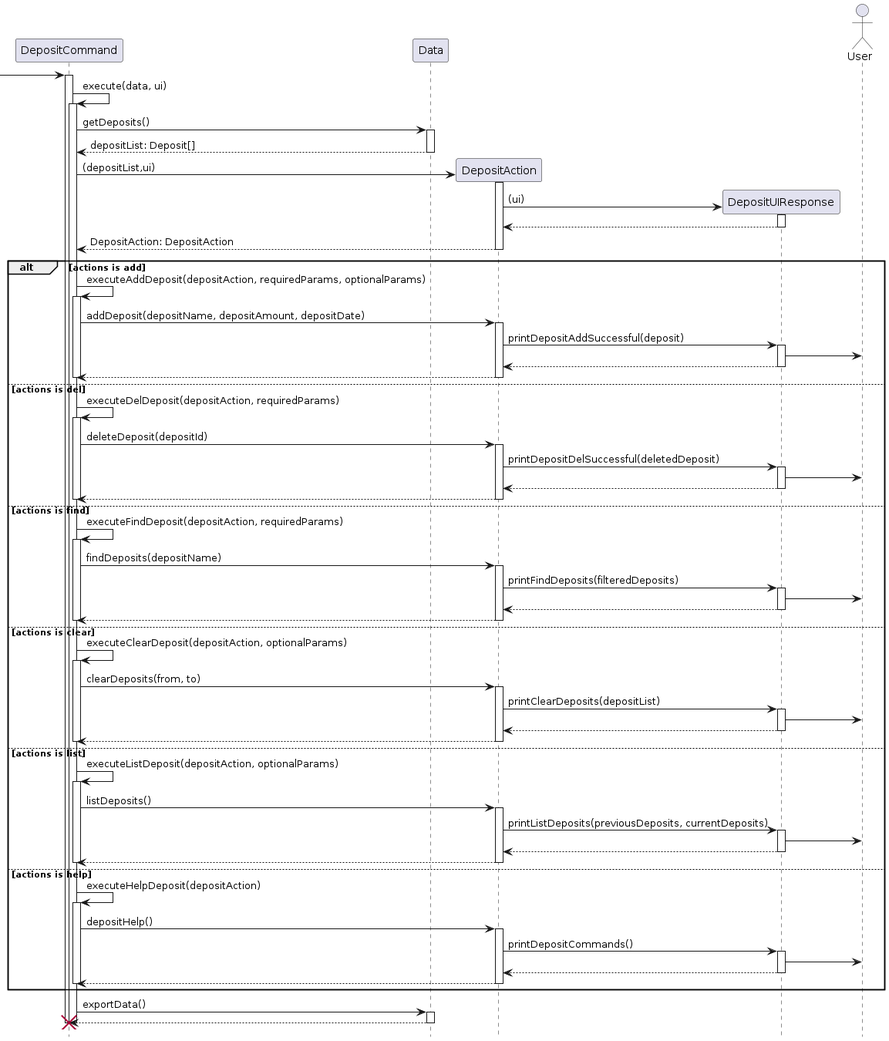
stephenkyang/tp keeps this PlantUML diagram as docs/images/DepositCommandSequence.png. Above is the earlier version.
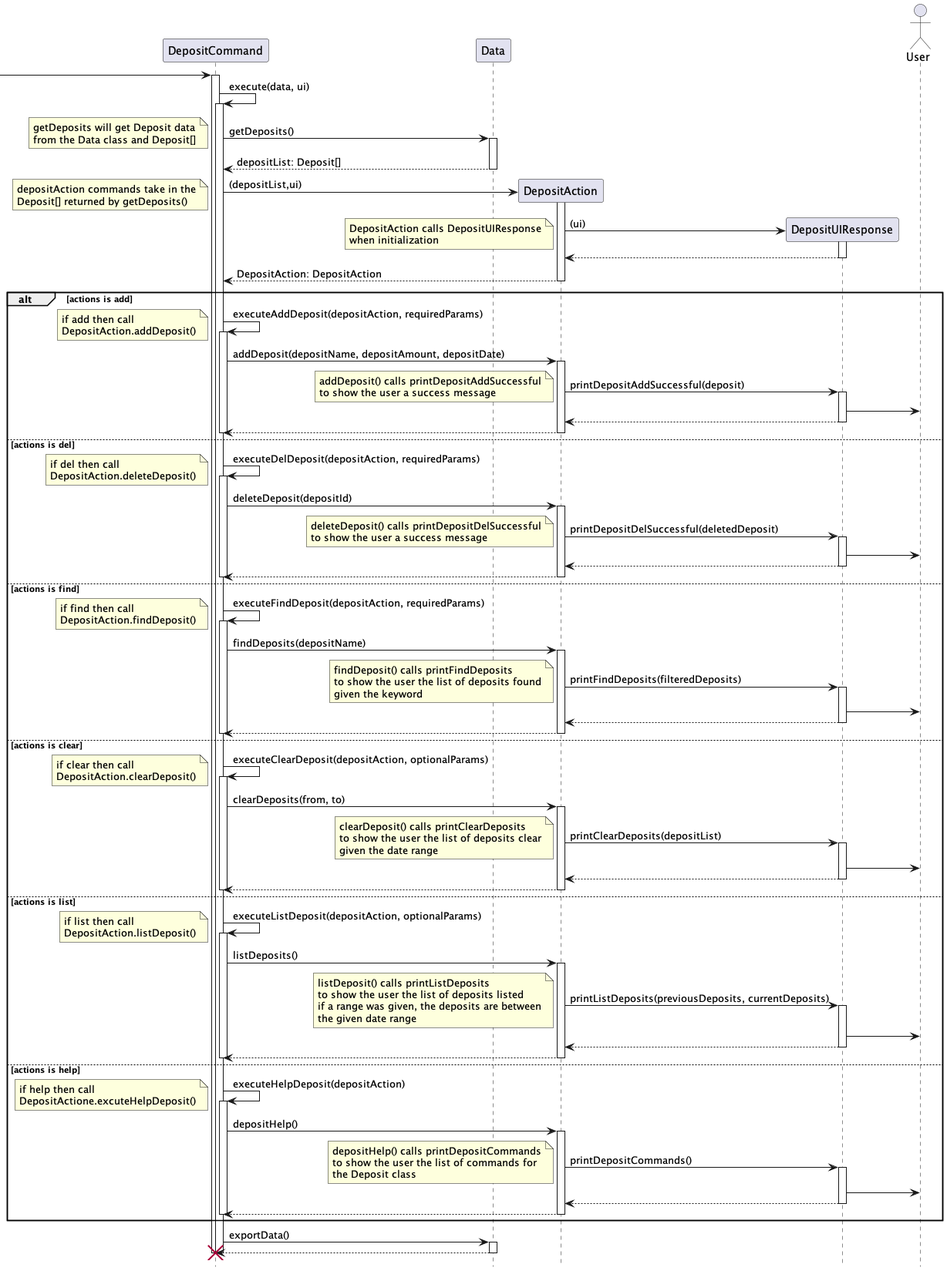
Later version of the same file.

The edit, as a diff of the source:
```diff
@@ -14,14 +14,26 @@
 "DepositCommand" -> "DepositCommand": execute(data, ui)
 activate  "DepositCommand"
 "DepositCommand" -> "Data": getDeposits()
+ note left
+    getDeposits will get Deposit data
+    from the Data class and Deposit[]
+ end note
 activate "Data"
 return depositList: Deposit[]
 deactivate "Data"
 
 "DepositCommand" -> "DepositAction" ** : (depositList,ui)
+ note left
+    depositAction commands take in the
+    Deposit[] returned by getDeposits()
+ end note
 activate "DepositAction"
 
 "DepositAction" -> "DepositUIResponse" ** : (ui)
+note left
+    DepositAction calls DepositUIResponse
+    when initialization
+ end note
 activate "DepositUIResponse"
 "DepositUIResponse" --> "DepositAction"
 deactivate "DepositUIResponse"
@@ -31,11 +43,21 @@
 
 
 alt actions is add
-"DepositCommand" -> "DepositCommand": executeAddDeposit(depositAction, requiredParams, optionalParams)
+"DepositCommand" -> "DepositCommand": executeAddDeposit(depositAction, requiredParams)
+note left
+    if add then call
+    DepositAction.addDeposit()
+ end note
+
 activate "DepositCommand"
 "DepositCommand" -> "DepositAction" : addDeposit(depositName, depositAmount, depositDate)
 activate "DepositAction"
 "DepositAction" -> "DepositUIResponse" : printDepositAddSuccessful(deposit)
+note left
+    addDeposit() calls printDepositAddSuccessful
+    to show the user a success message
+ end note
+
 activate "DepositUIResponse"
 "DepositUIResponse" -> User
 return
@@ -45,10 +67,18 @@
 
 else actions is del
 "DepositCommand" -> "DepositCommand": executeDelDeposit(depositAction, requiredParams)
+note left
+    if del then call
+    DepositAction.deleteDeposit()
+ end note
 activate "DepositCommand"
 "DepositCommand" -> "DepositAction" : deleteDeposit(depositId)
 activate "DepositAction"
 "DepositAction" -> "DepositUIResponse" : printDepositDelSuccessful(deletedDeposit)
+note left
+    deleteDeposit() calls printDepositDelSuccessful
+    to show the user a success message
+ end note
 activate "DepositUIResponse"
 "DepositUIResponse" -> User
 return
@@ -58,10 +88,21 @@
 
 else actions is find
 "DepositCommand" -> "DepositCommand": executeFindDeposit(depositAction, requiredParams)
+note left
+    if find then call
+    DepositAction.findDeposit()
+ end note
 activate "DepositCommand"
 "DepositCommand" -> "DepositAction" : findDeposits(depositName)
+
 activate "DepositAction"
+
 "DepositAction" -> "DepositUIResponse" : printFindDeposits(filteredDeposits)
+note left
+    findDeposit() calls printFindDeposits
+    to show the user the list of deposits found
+    given the keyword
+ end note
 activate "DepositUIResponse"
 "DepositUIResponse" -> User
 return
@@ -71,10 +112,21 @@
 
 else actions is clear
 "DepositCommand" -> "DepositCommand": executeClearDeposit(depositAction, optionalParams)
+note left
+    if clear then call
+    DepositAction.clearDeposit()
+ end note
 activate "DepositCommand"
 "DepositCommand" -> "DepositAction" : clearDeposits(from, to)
+
 activate "DepositAction"
+
 "DepositAction" -> "DepositUIResponse" : printClearDeposits(depositList)
+note left
+    clearDeposit() calls printClearDeposits
+    to show the user the list of deposits clear
+    given the date range
+end note
 activate "DepositUIResponse"
 "DepositUIResponse" -> User
 return
@@ -84,10 +136,20 @@
 
 else actions is list
 "DepositCommand" -> "DepositCommand": executeListDeposit(depositAction, optionalParams)
+note left
+    if list then call
+    DepositAction.listDeposit()
+ end note
 activate "DepositCommand"
 "DepositCommand" -> "DepositAction" : listDeposits()
 activate "DepositAction"
 "DepositAction" -> "DepositUIResponse" : printListDeposits(previousDeposits, currentDeposits)
+note left
+    listDeposit() calls printListDeposits
+    to show the user the list of deposits listed
+    if a range was given, the deposits are between
+    the given date range
+end note
 activate "DepositUIResponse"
 "DepositUIResponse" -> User
 return
@@ -96,22 +158,35 @@
 deactivate "DepositCommand"
 
 else actions is help
+
 "DepositCommand" -> "DepositCommand": executeHelpDeposit(depositAction)
+note left
+    if help then call
+    DepositActione.excuteHelpDeposit()
+ end note
 activate "DepositCommand"
 "DepositCommand" -> "DepositAction" : depositHelp()
 activate "DepositAction"
 "DepositAction" -> "DepositUIResponse" : printDepositCommands()
+note left
+    depositHelp() calls printDepositCommands
+    to show the user the list of commands for
+    the Deposit class
+end note
 activate "DepositUIResponse"
 "DepositUIResponse" -> User
 return
 return
 
 deactivate "DepositCommand"
+
 end
 
 "DepositCommand" -> "Data": exportData()
+
 activate "Data"
 return
+
 deactivate "Data"
 
 destroy "DepositCommand"
```
